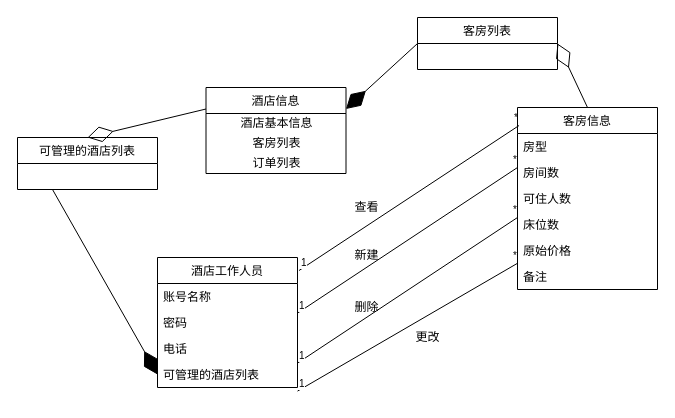
Earlier version of the draw.io diagram docs/用例描述文档/图/源文件/概念类图/10 管理客房信息概念类图.drawio (Cynyard999/hotel-booking-system). Source tidied: cells renumbered, new cells numbered last; positions are measured from the earlier drawing's top-left corner, leaving out a move shared by most shapes. Both pictures are drawn from the tidied source at 100%, with x=0, y=0 at pixel (17, 17).
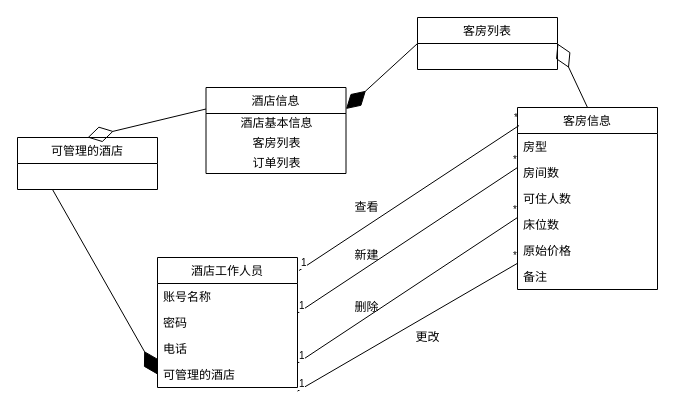
The same diagram, later.

Unchanged cells that the change refers to:
```xml
<mxCell id="7" value="酒店工作人员" style="swimlane;fontStyle=0;horizontal=1;startSize=26;fillColor=none;" parent="1" vertex="1">
  <mxGeometry x="140" y="240" width="140" height="130" as="geometry" />
</mxCell>
```

What changed in the source:
```diff
@@
-    <mxCell id="11" value="可管理的酒店列表" style="text;strokeColor=none;fillColor=none;align=left;verticalAlign=top;spacingLeft=4;spacingRight=4;overflow=hidden;points=[[0,0.5],[1,0.5]];portConstraint=eastwest;" parent="7" vertex="1">
+    <mxCell id="11" value="可管理的酒店" style="text;strokeColor=none;fillColor=none;align=left;verticalAlign=top;spacingLeft=4;spacingRight=4;overflow=hidden;points=[[0,0.5],[1,0.5]];portConstraint=eastwest;" parent="7" vertex="1">
       <mxGeometry y="104" width="140" height="26" as="geometry" />
     </mxCell>
@@
-    <mxCell id="35" value="可管理的酒店列表" style="swimlane;fontStyle=0;horizontal=1;startSize=26;fillColor=none;" parent="1" vertex="1">
+    <mxCell id="35" value="可管理的酒店" style="swimlane;fontStyle=0;horizontal=1;startSize=26;fillColor=none;" parent="1" vertex="1">
       <mxGeometry y="120" width="140" height="52" as="geometry" />
     </mxCell>
```
